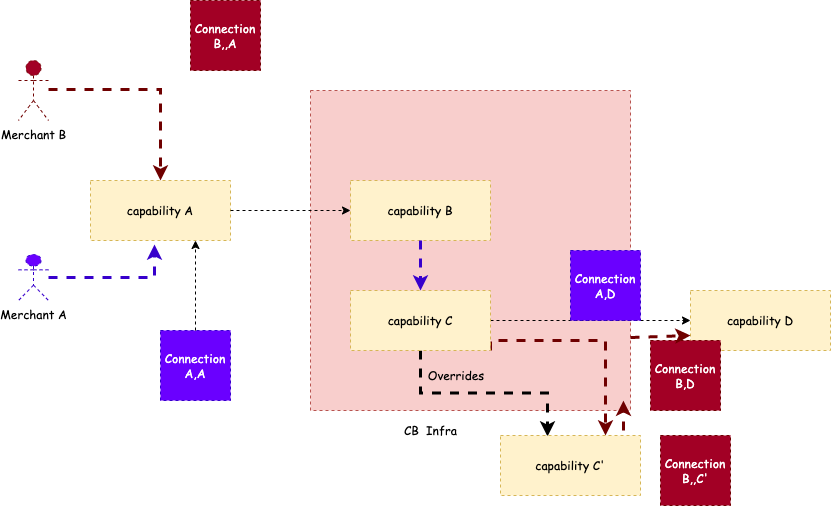
The draw.io diagram Hubble-Project-Notes/images/08-credential-scenarios.png in cb-manick/hubble, before a commit. Source tidied: cells renumbered, new cells last; positions are measured from the earlier drawing's top-left corner, leaving out a move shared by most shapes.
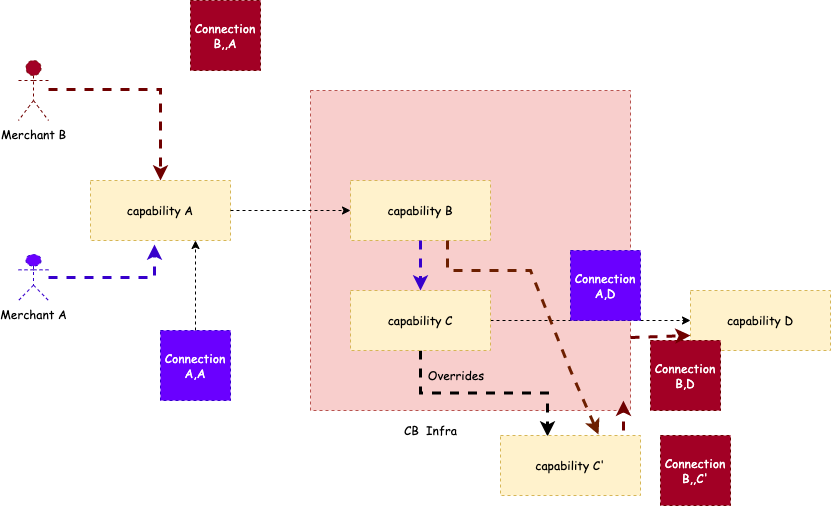
Later version of the same file.

Commit message:
update scenario error

What changed in the source:
```diff
@@ -23,14 +23,6 @@
     <mxCell id="8" style="edgeStyle=orthogonalEdgeStyle;rounded=0;jettySize=auto;html=1;exitX=0.5;exitY=1;exitDx=0;exitDy=0;entryX=0.336;entryY=0.017;entryDx=0;entryDy=0;entryPerimeter=0;dashed=1;fontFamily=Comic Sans MS;fontColor=#000000;startArrow=none;startFill=0;strokeWidth=3;" parent="1" edge="1" source="10" target="19">
       <mxGeometry relative="1" as="geometry" />
     </mxCell>
-    <mxCell id="9" style="edgeStyle=orthogonalEdgeStyle;rounded=0;jettySize=auto;html=1;exitX=1;exitY=1;exitDx=0;exitDy=0;entryX=0.75;entryY=0;entryDx=0;entryDy=0;dashed=1;fontFamily=Comic Sans MS;fontColor=#000000;startArrow=none;startFill=0;strokeWidth=3;fillColor=#a20025;strokeColor=#6F0000;" parent="1" edge="1" source="10" target="19">
-      <mxGeometry relative="1" as="geometry">
-        <Array as="points">
-          <mxPoint x="472" y="340" />
-          <mxPoint x="587" y="340" />
-        </Array>
-      </mxGeometry>
-    </mxCell>
     <mxCell id="10" value="capability C" style="rounded=0;whiteSpace=wrap;html=1;dashed=1;fontFamily=Comic Sans MS;fillColor=#fff2cc;strokeColor=#d6b656;" parent="1" vertex="1">
       <mxGeometry x="332" y="290" width="140" height="60" as="geometry" />
     </mxCell>
@@ -87,5 +79,14 @@
     <mxCell id="26" style="endArrow=classic;html=1;rounded=0;dashed=1;fontFamily=Comic Sans MS;fontColor=#000000;strokeWidth=3;exitX=1;exitY=0.772;exitDx=0;exitDy=0;exitPerimeter=0;entryX=0;entryY=0.75;entryDx=0;entryDy=0;fillColor=#a20025;strokeColor=#6F0000;" parent="1" edge="1" source="2" target="11">
       <mxGeometry relative="1" as="geometry" />
     </mxCell>
+    <mxCell id="27" style="endArrow=classic;html=1;rounded=0;exitX=0.693;exitY=1;exitDx=0;exitDy=0;exitPerimeter=0;entryX=0.7;entryY=-0.017;entryDx=0;entryDy=0;entryPerimeter=0;strokeWidth=3;fillColor=#a0522d;strokeColor=#6D1F00;dashed=1;" parent="1" edge="1" source="4" target="19">
+      <mxGeometry relative="1" as="geometry">
+        <Array as="points">
+          <mxPoint x="429" y="270" />
+          <mxPoint x="512" y="270" />
+          <mxPoint x="552" y="370" />
+        </Array>
+      </mxGeometry>
+    </mxCell>
   </root>
 </mxGraphModel>
```
